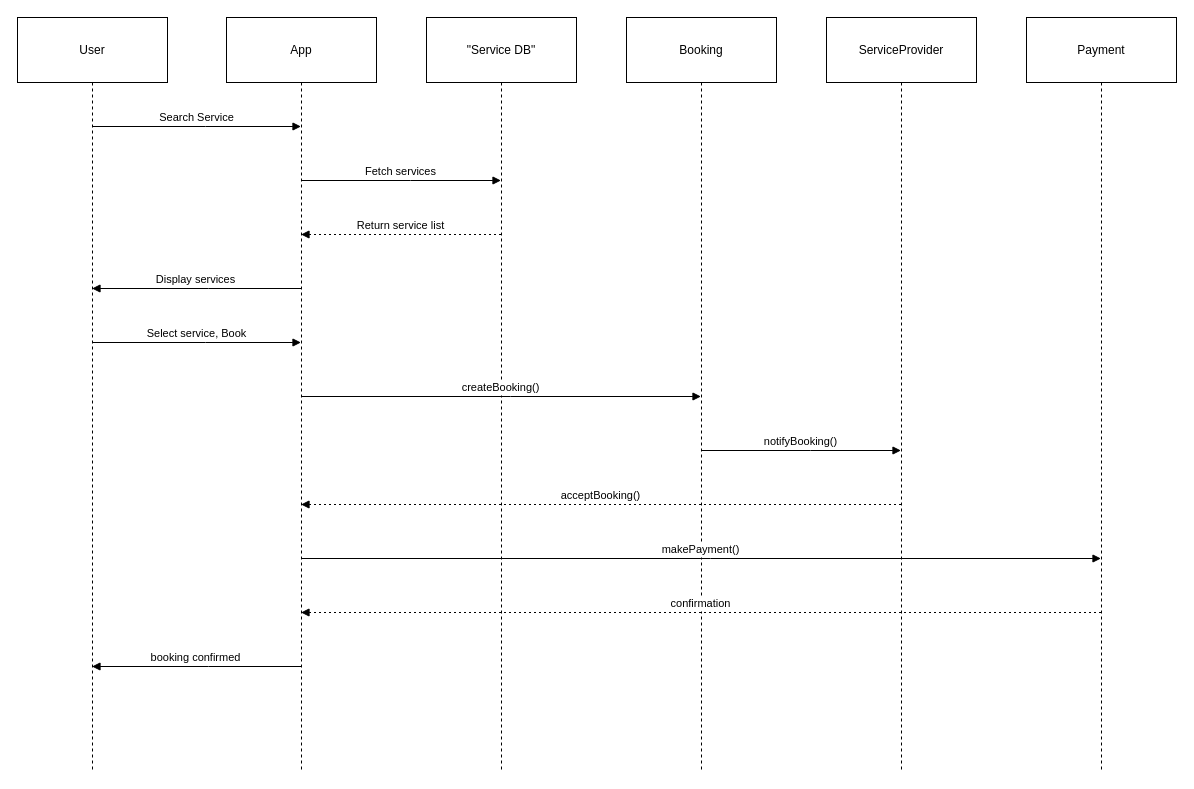
Dhanush29036/nutri-genesis-ai keeps this draw.io diagram as Untitled Diagram.drawio. Above is the earlier version. Source tidied: cells renumbered, new cells numbered last; positions are measured from the earlier drawing's top-left corner, leaving out a move shared by most shapes. Both pictures are drawn from the tidied source at 100%, with x=0, y=0 at pixel (17, 17).
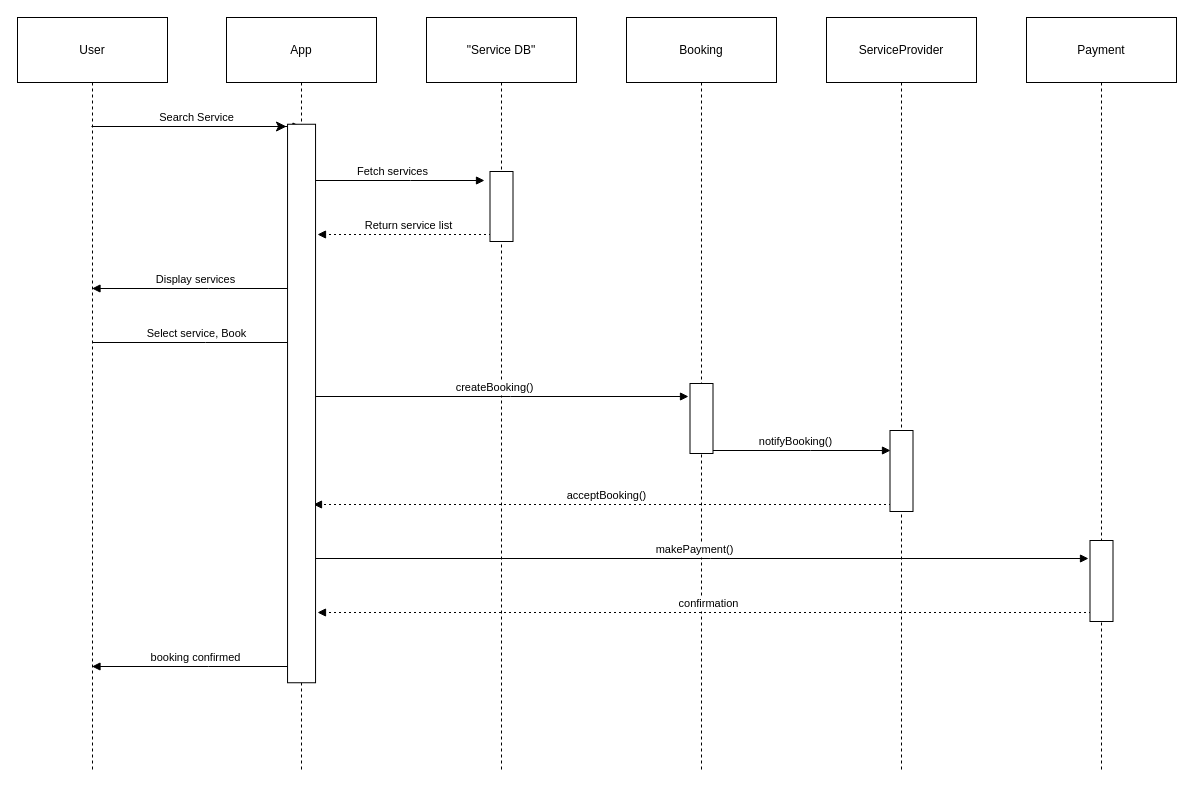
After the change.

The change refers to these unchanged cells:
```xml
<mxCell id="3" value="App" style="shape=umlLifeline;perimeter=lifelinePerimeter;whiteSpace=wrap;outlineConnect=0;portConstraint=eastwest;newEdgeStyle={&quot;edgeStyle&quot;:&quot;elbowEdgeStyle&quot;,&quot;elbow&quot;:&quot;vertical&quot;,&quot;curved&quot;:0,&quot;rounded&quot;:0};size=65;" parent="1" vertex="1">
  <mxGeometry x="209" width="150" height="754" as="geometry" />
</mxCell>
<mxCell id="4" value="&quot;Service DB&quot;" style="shape=umlLifeline;perimeter=lifelinePerimeter;whiteSpace=wrap;outlineConnect=0;portConstraint=eastwest;newEdgeStyle={&quot;edgeStyle&quot;:&quot;elbowEdgeStyle&quot;,&quot;elbow&quot;:&quot;vertical&quot;,&quot;curved&quot;:0,&quot;rounded&quot;:0};size=65;" parent="1" vertex="1">
  <mxGeometry x="409" width="150" height="754" as="geometry" />
</mxCell>
<mxCell id="5" value="Booking" style="shape=umlLifeline;perimeter=lifelinePerimeter;whiteSpace=wrap;outlineConnect=0;portConstraint=eastwest;newEdgeStyle={&quot;edgeStyle&quot;:&quot;elbowEdgeStyle&quot;,&quot;elbow&quot;:&quot;vertical&quot;,&quot;curved&quot;:0,&quot;rounded&quot;:0};size=65;" parent="1" vertex="1">
  <mxGeometry x="609" width="150" height="754" as="geometry" />
</mxCell>
<mxCell id="6" value="ServiceProvider" style="shape=umlLifeline;perimeter=lifelinePerimeter;whiteSpace=wrap;outlineConnect=0;portConstraint=eastwest;newEdgeStyle={&quot;edgeStyle&quot;:&quot;elbowEdgeStyle&quot;,&quot;elbow&quot;:&quot;vertical&quot;,&quot;curved&quot;:0,&quot;rounded&quot;:0};size=65;" parent="1" vertex="1">
  <mxGeometry x="809" width="150" height="754" as="geometry" />
</mxCell>
<mxCell id="7" value="Payment" style="shape=umlLifeline;perimeter=lifelinePerimeter;whiteSpace=wrap;outlineConnect=0;portConstraint=eastwest;newEdgeStyle={&quot;edgeStyle&quot;:&quot;elbowEdgeStyle&quot;,&quot;elbow&quot;:&quot;vertical&quot;,&quot;curved&quot;:0,&quot;rounded&quot;:0};size=65;" parent="1" vertex="1">
  <mxGeometry x="1009" width="150" height="754" as="geometry" />
</mxCell>
```

Change to the diagram source:
```diff
@@
-    <mxCell id="9" value="Fetch services" style="verticalAlign=bottom;edgeStyle=elbowEdgeStyle;elbow=vertical;curved=0;rounded=0;endArrow=block;" parent="1" edge="1" source="3" target="4">
+    <mxCell id="9" value="Fetch services" style="verticalAlign=bottom;edgeStyle=elbowEdgeStyle;elbow=vertical;curved=0;rounded=0;endArrow=block;" parent="1" edge="1" source="3">
       <mxGeometry relative="1" as="geometry">
+        <mxPoint x="467" y="163" as="targetPoint" />
         <Array as="points">
           <mxPoint x="393" y="163" />
         </Array>
       </mxGeometry>
     </mxCell>
-    <mxCell id="10" value="Return service list" style="verticalAlign=bottom;edgeStyle=elbowEdgeStyle;elbow=vertical;curved=0;rounded=0;dashed=1;dashPattern=2 3;endArrow=block;" parent="1" edge="1" source="4" target="3">
+    <mxCell id="10" value="Return service list" style="verticalAlign=bottom;edgeStyle=elbowEdgeStyle;elbow=vertical;curved=0;rounded=0;dashed=1;dashPattern=2 3;endArrow=block;" parent="1" edge="1" source="4">
       <mxGeometry relative="1" as="geometry">
+        <mxPoint x="300" y="217" as="targetPoint" />
         <Array as="points">
           <mxPoint x="396" y="217" />
         </Array>
       </mxGeometry>
     </mxCell>
@@
-    <mxCell id="13" value="createBooking()" style="verticalAlign=bottom;edgeStyle=elbowEdgeStyle;elbow=vertical;curved=0;rounded=0;endArrow=block;" parent="1" edge="1" source="3" target="5">
+    <mxCell id="13" value="createBooking()" style="verticalAlign=bottom;edgeStyle=elbowEdgeStyle;elbow=vertical;curved=0;rounded=0;endArrow=block;" parent="1" edge="1" source="3">
       <mxGeometry relative="1" as="geometry">
+        <mxPoint x="671" y="379" as="targetPoint" />
         <Array as="points">
           <mxPoint x="493" y="379" />
         </Array>
       </mxGeometry>
     </mxCell>
-    <mxCell id="14" value="notifyBooking()" style="verticalAlign=bottom;edgeStyle=elbowEdgeStyle;elbow=vertical;curved=0;rounded=0;endArrow=block;" parent="1" edge="1" source="5" target="6">
+    <mxCell id="14" value="notifyBooking()" style="verticalAlign=bottom;edgeStyle=elbowEdgeStyle;elbow=vertical;curved=0;rounded=0;endArrow=block;" parent="1" edge="1" source="5">
       <mxGeometry relative="1" as="geometry">
+        <mxPoint x="873" y="433" as="targetPoint" />
         <Array as="points">
           <mxPoint x="793" y="433" />
         </Array>
       </mxGeometry>
     </mxCell>
-    <mxCell id="15" value="acceptBooking()" style="verticalAlign=bottom;edgeStyle=elbowEdgeStyle;elbow=vertical;curved=0;rounded=0;dashed=1;dashPattern=2 3;endArrow=block;" parent="1" edge="1" source="6" target="3">
+    <mxCell id="15" value="acceptBooking()" style="verticalAlign=bottom;edgeStyle=elbowEdgeStyle;elbow=vertical;curved=0;rounded=0;dashed=1;dashPattern=2 3;endArrow=block;" parent="1" edge="1" source="6">
       <mxGeometry relative="1" as="geometry">
+        <mxPoint x="296" y="487" as="targetPoint" />
         <Array as="points">
           <mxPoint x="596" y="487" />
         </Array>
       </mxGeometry>
     </mxCell>
-    <mxCell id="16" value="makePayment()" style="verticalAlign=bottom;edgeStyle=elbowEdgeStyle;elbow=vertical;curved=0;rounded=0;endArrow=block;" parent="1" edge="1" source="3" target="7">
+    <mxCell id="16" value="makePayment()" style="verticalAlign=bottom;edgeStyle=elbowEdgeStyle;elbow=vertical;curved=0;rounded=0;endArrow=block;" parent="1" edge="1" source="3">
       <mxGeometry relative="1" as="geometry">
+        <mxPoint x="1071" y="541" as="targetPoint" />
         <Array as="points">
           <mxPoint x="693" y="541" />
         </Array>
       </mxGeometry>
     </mxCell>
-    <mxCell id="17" value="confirmation" style="verticalAlign=bottom;edgeStyle=elbowEdgeStyle;elbow=vertical;curved=0;rounded=0;dashed=1;dashPattern=2 3;endArrow=block;" parent="1" edge="1" source="7" target="3">
+    <mxCell id="17" value="confirmation" style="verticalAlign=bottom;edgeStyle=elbowEdgeStyle;elbow=vertical;curved=0;rounded=0;dashed=1;dashPattern=2 3;endArrow=block;" parent="1" edge="1" source="7">
       <mxGeometry relative="1" as="geometry">
+        <mxPoint x="300" y="595" as="targetPoint" />
         <Array as="points">
           <mxPoint x="696" y="595" />
         </Array>
       </mxGeometry>
     </mxCell>
@@
+    <mxCell id="19" style="rounded=0;whiteSpace=wrap;html=1;rotation=90;" parent="1" vertex="1">
+      <mxGeometry x="4.8" y="372" width="558.5" height="28" as="geometry" />
+    </mxCell>
+    <mxCell id="20" style="endArrow=classic;html=1;rounded=0;fontSize=12;startSize=8;endSize=8;curved=1;" parent="1" edge="1">
+      <mxGeometry relative="1" as="geometry">
+        <mxPoint x="74" y="109" as="sourcePoint" />
+        <mxPoint x="269" y="109" as="targetPoint" />
+      </mxGeometry>
+    </mxCell>
+    <mxCell id="21" style="rounded=0;whiteSpace=wrap;html=1;direction=south;" parent="1" vertex="1">
+      <mxGeometry x="472.5" y="154" width="23" height="70" as="geometry" />
+    </mxCell>
+    <mxCell id="22" style="rounded=0;whiteSpace=wrap;html=1;direction=south;" parent="1" vertex="1">
+      <mxGeometry x="672.5" y="366" width="23" height="70" as="geometry" />
+    </mxCell>
+    <mxCell id="23" style="rounded=0;whiteSpace=wrap;html=1;direction=south;" parent="1" vertex="1">
+      <mxGeometry x="872.5" y="413" width="23" height="81" as="geometry" />
+    </mxCell>
+    <mxCell id="24" style="rounded=0;whiteSpace=wrap;html=1;direction=south;" parent="1" vertex="1">
+      <mxGeometry x="1072.5" y="523" width="23" height="81" as="geometry" />
+    </mxCell>
```
